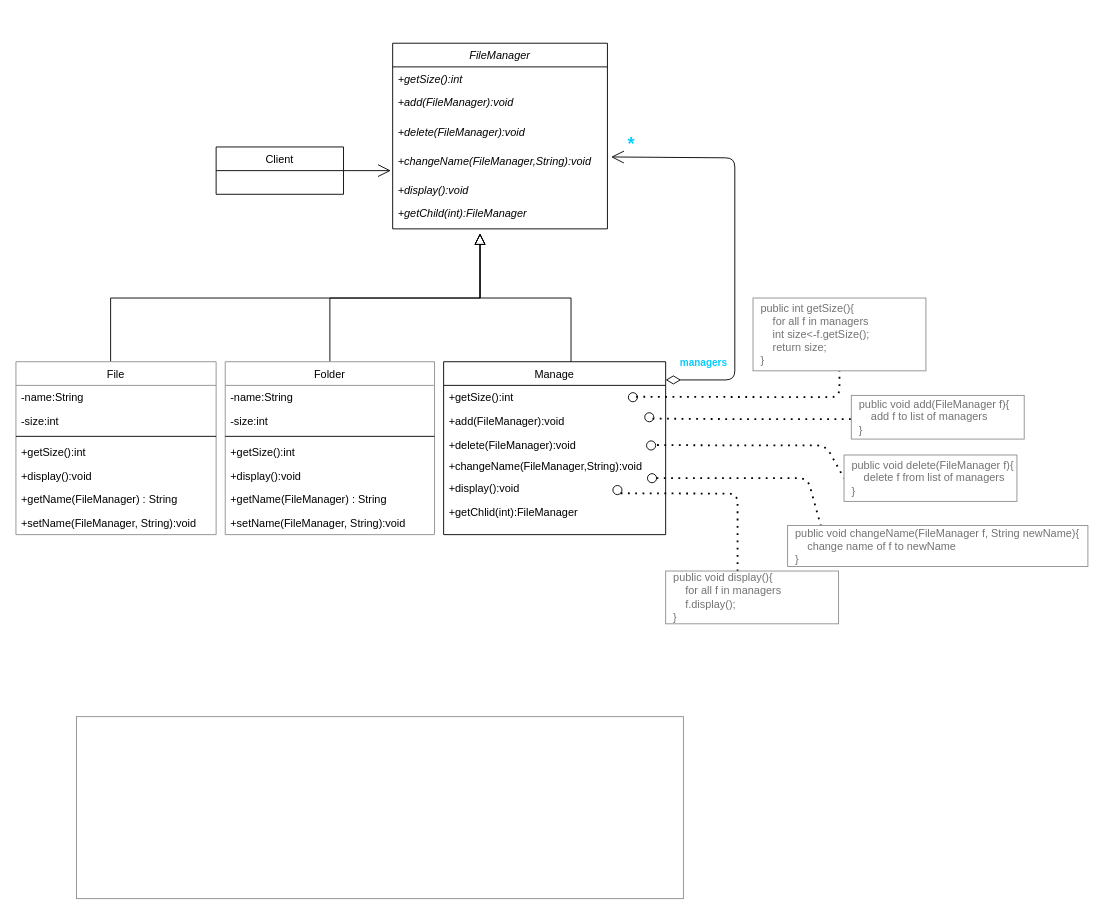
tlfzgjadyd/SoftwareAnalysisDesign keeps this draw.io diagram as CompositePattern.drawio. Above is the earlier version. Source tidied: cells renumbered, new cells numbered last; positions are measured from the earlier drawing's top-left corner, leaving out a move shared by most shapes. Both pictures are drawn from the tidied source at 91%, with x=0, y=0 at pixel (15, 43).
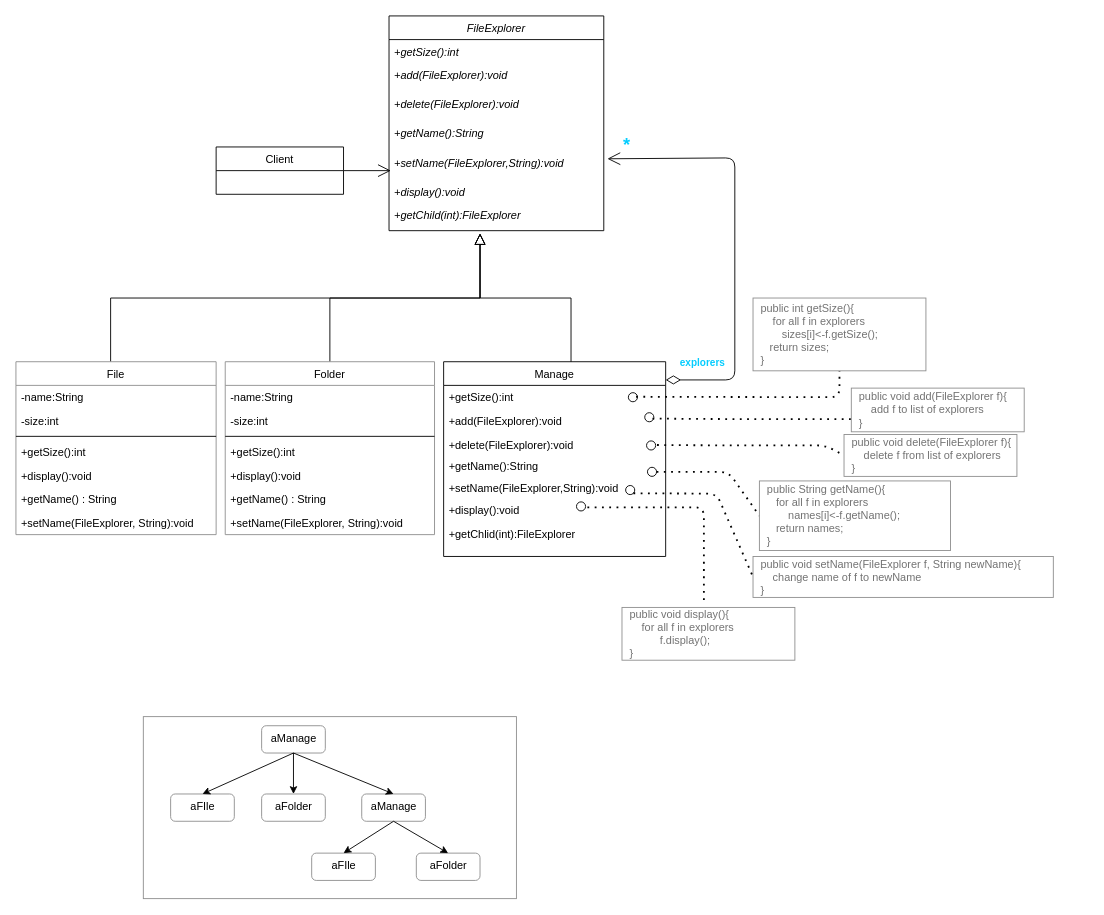
Above is the later version.

Unchanged cells that the change refers to:
```xml
<mxCell id="27" value="File" style="swimlane;fontStyle=0;align=center;verticalAlign=top;horizontal=1;startSize=26;strokeColor=#8F8F8F;fontSize=12;" parent="1" vertex="1">
  <mxGeometry y="350" width="220" height="190" as="geometry" />
</mxCell>
<mxCell id="35" value="Folder" style="swimlane;fontStyle=0;align=center;verticalAlign=top;horizontal=1;startSize=26;strokeColor=#8F8F8F;fontSize=12;" parent="1" vertex="1">
  <mxGeometry x="230" y="350" width="230" height="190" as="geometry" />
</mxCell>
```

What changed in the source:
```diff
@@
-    <mxCell id="5" value="FileManager" style="swimlane;fontStyle=2;horizontal=1;startSize=26;fillColor=none;" parent="1" vertex="1">
-      <mxGeometry x="414" width="236" height="204" as="geometry" />
+    <mxCell id="5" value="FileExplorer" style="swimlane;fontStyle=2;horizontal=1;startSize=26;fillColor=none;" parent="1" vertex="1">
+      <mxGeometry x="410" y="-30" width="236" height="236" as="geometry" />
     </mxCell>
@@
-    <mxCell id="7" value="+add(FileManager):void&#10;" style="text;strokeColor=none;fillColor=none;align=left;verticalAlign=top;spacingLeft=4;spacingRight=4;overflow=hidden;fontStyle=2;" parent="5" vertex="1">
+    <mxCell id="7" value="+add(FileExplorer):void&#10;" style="text;strokeColor=none;fillColor=none;align=left;verticalAlign=top;spacingLeft=4;spacingRight=4;overflow=hidden;fontStyle=2;" parent="5" vertex="1">
       <mxGeometry y="52" width="236" height="32" as="geometry" />
     </mxCell>
-    <mxCell id="8" value="+delete(FileManager):void" style="text;strokeColor=none;fillColor=none;align=left;verticalAlign=top;spacingLeft=4;spacingRight=4;overflow=hidden;fontStyle=2;" parent="5" vertex="1">
+    <mxCell id="8" value="+delete(FileExplorer):void" style="text;strokeColor=none;fillColor=none;align=left;verticalAlign=top;spacingLeft=4;spacingRight=4;overflow=hidden;fontStyle=2;" parent="5" vertex="1">
       <mxGeometry y="84" width="236" height="32" as="geometry" />
     </mxCell>
+    <mxCell id="55" value="+getName():String" style="text;strokeColor=none;fillColor=none;align=left;verticalAlign=top;spacingLeft=4;spacingRight=4;overflow=hidden;fontStyle=2;" parent="5" vertex="1">
+      <mxGeometry y="116" width="236" height="32" as="geometry" />
+    </mxCell>
-    <mxCell id="9" value="+changeName(FileManager,String):void" style="text;strokeColor=none;fillColor=none;align=left;verticalAlign=top;spacingLeft=4;spacingRight=4;overflow=hidden;points=[[0,0.5],[1,0.5]];portConstraint=eastwest;fontStyle=2;" parent="5" vertex="1">
-      <mxGeometry y="116" width="236" height="32" as="geometry" />
+    <mxCell id="9" value="+setName(FileExplorer,String):void" style="text;strokeColor=none;fillColor=none;align=left;verticalAlign=top;spacingLeft=4;spacingRight=4;overflow=hidden;points=[[0,0.5],[1,0.5]];portConstraint=eastwest;fontStyle=2;" parent="5" vertex="1">
+      <mxGeometry y="148" width="236" height="32" as="geometry" />
     </mxCell>
     <mxCell id="10" value="+display():void" style="text;strokeColor=none;fillColor=none;align=left;verticalAlign=top;spacingLeft=4;spacingRight=4;overflow=hidden;fontStyle=2;" parent="5" vertex="1">
-      <mxGeometry y="148" width="236" height="26" as="geometry" />
+      <mxGeometry y="180" width="236" height="26" as="geometry" />
     </mxCell>
-    <mxCell id="11" value="+getChild(int):FileManager" style="text;strokeColor=none;fillColor=none;align=left;verticalAlign=top;spacingLeft=4;spacingRight=4;overflow=hidden;fontStyle=2;" parent="5" vertex="1">
-      <mxGeometry y="174" width="236" height="30" as="geometry" />
+    <mxCell id="11" value="+getChild(int):FileExplorer" style="text;strokeColor=none;fillColor=none;align=left;verticalAlign=top;spacingLeft=4;spacingRight=4;overflow=hidden;fontStyle=2;" parent="5" vertex="1">
+      <mxGeometry y="206" width="236" height="30" as="geometry" />
     </mxCell>
@@
     <mxCell id="13" value="Manage" style="swimlane;fontStyle=0;horizontal=1;startSize=26;fillColor=none;" parent="1" vertex="1">
-      <mxGeometry x="470" y="350" width="244" height="190" as="geometry" />
+      <mxGeometry x="470" y="350" width="244" height="214" as="geometry" />
     </mxCell>
@@
-    <mxCell id="15" value="+add(FileManager):void" style="text;strokeColor=none;fillColor=none;align=left;verticalAlign=top;spacingLeft=4;spacingRight=4;overflow=hidden;" parent="13" vertex="1">
+    <mxCell id="15" value="+add(FileExplorer):void" style="text;strokeColor=none;fillColor=none;align=left;verticalAlign=top;spacingLeft=4;spacingRight=4;overflow=hidden;" parent="13" vertex="1">
       <mxGeometry y="52" width="244" height="26" as="geometry" />
     </mxCell>
-    <mxCell id="16" value="+delete(FileManager):void" style="text;strokeColor=none;fillColor=none;align=left;verticalAlign=top;spacingLeft=4;spacingRight=4;overflow=hidden;" parent="13" vertex="1">
+    <mxCell id="16" value="+delete(FileExplorer):void" style="text;strokeColor=none;fillColor=none;align=left;verticalAlign=top;spacingLeft=4;spacingRight=4;overflow=hidden;" parent="13" vertex="1">
       <mxGeometry y="78" width="244" height="24" as="geometry" />
     </mxCell>
+    <mxCell id="56" value="+getName():String" style="text;strokeColor=none;fillColor=none;align=left;verticalAlign=top;spacingLeft=4;spacingRight=4;overflow=hidden;" parent="13" vertex="1">
+      <mxGeometry y="102" width="244" height="24" as="geometry" />
+    </mxCell>
-    <mxCell id="17" value="+changeName(FileManager,String):void" style="text;strokeColor=none;fillColor=none;align=left;verticalAlign=top;spacingLeft=4;spacingRight=4;overflow=hidden;" parent="13" vertex="1">
-      <mxGeometry y="102" width="244" height="24" as="geometry" />
+    <mxCell id="17" value="+setName(FileExplorer,String):void" style="text;strokeColor=none;fillColor=none;align=left;verticalAlign=top;spacingLeft=4;spacingRight=4;overflow=hidden;" parent="13" vertex="1">
+      <mxGeometry y="126" width="244" height="24" as="geometry" />
     </mxCell>
     <mxCell id="18" value="+display():void" style="text;strokeColor=none;fillColor=none;align=left;verticalAlign=top;spacingLeft=4;spacingRight=4;overflow=hidden;" parent="13" vertex="1">
-      <mxGeometry y="126" width="244" height="26" as="geometry" />
+      <mxGeometry y="150" width="244" height="26" as="geometry" />
     </mxCell>
-    <mxCell id="19" value="+getChlid(int):FileManager" style="text;strokeColor=none;fillColor=none;align=left;verticalAlign=top;spacingLeft=4;spacingRight=4;overflow=hidden;" parent="13" vertex="1">
-      <mxGeometry y="152" width="244" height="38" as="geometry" />
+    <mxCell id="19" value="+getChlid(int):FileExplorer" style="text;strokeColor=none;fillColor=none;align=left;verticalAlign=top;spacingLeft=4;spacingRight=4;overflow=hidden;" parent="13" vertex="1">
+      <mxGeometry y="176" width="244" height="38" as="geometry" />
     </mxCell>
-    <mxCell id="20" value="&lt;font color=&quot;#05cdff&quot;&gt;&lt;b&gt;managers&lt;/b&gt;&lt;/font&gt;" style="endArrow=open;html=1;endSize=12;startArrow=diamondThin;startSize=14;startFill=0;edgeStyle=orthogonalEdgeStyle;align=left;verticalAlign=bottom;entryX=1.017;entryY=0.281;entryDx=0;entryDy=0;entryPerimeter=0;" parent="1" edge="1" target="9">
+    <mxCell id="20" value="&lt;font color=&quot;#05cdff&quot;&gt;&lt;b&gt;explorers&lt;/b&gt;&lt;/font&gt;" style="endArrow=open;html=1;endSize=12;startArrow=diamondThin;startSize=14;startFill=0;edgeStyle=orthogonalEdgeStyle;align=left;verticalAlign=bottom;entryX=1.017;entryY=0.281;entryDx=0;entryDy=0;entryPerimeter=0;" parent="1" edge="1" target="9">
       <mxGeometry x="-0.94" y="10" relative="1" as="geometry">
         <mxPoint x="714" y="370" as="sourcePoint" />
         <Array as="points">
           <mxPoint x="790" y="370" />
           <mxPoint x="790" y="126" />
         </Array>
       </mxGeometry>
     </mxCell>
@@
-    <mxCell id="24" value="&lt;font color=&quot;#737373&quot;&gt;&amp;nbsp; public int getSize(){&lt;br&gt;&amp;nbsp; &amp;nbsp; &amp;nbsp; for all f in managers&lt;br&gt;&amp;nbsp; &amp;nbsp; &amp;nbsp; int size&amp;lt;-f.getSize();&lt;br&gt;&amp;nbsp; &amp;nbsp; &amp;nbsp; return size;&lt;br&gt;&amp;nbsp; }&lt;/font&gt;" style="html=1;align=left;strokeColor=#8F8F8F;" parent="1" vertex="1">
+    <mxCell id="24" value="&lt;font color=&quot;#737373&quot;&gt;&amp;nbsp; public int getSize(){&lt;br&gt;&amp;nbsp; &amp;nbsp; &amp;nbsp; for all f in explorers&lt;br&gt;&amp;nbsp; &amp;nbsp; &amp;nbsp; &amp;nbsp; &amp;nbsp;sizes[i]&amp;lt;-f.getSize();&lt;br&gt;&amp;nbsp; &amp;nbsp; &amp;nbsp;return sizes;&lt;br&gt;&amp;nbsp; }&lt;/font&gt;" style="html=1;align=left;strokeColor=#8F8F8F;" parent="1" vertex="1">
       <mxGeometry x="810" y="280" width="190" height="80" as="geometry" />
     </mxCell>
@@
     <mxCell id="26" style="html=1;strokeColor=#8F8F8F;fontSize=20;fontColor=#05CDFF;" parent="1" vertex="1">
-      <mxGeometry x="66.5" y="740" width="667" height="200" as="geometry" />
+      <mxGeometry x="140" y="740" width="410" height="200" as="geometry" />
     </mxCell>
@@
-    <mxCell id="33" value="+getName(FileManager) : String" style="text;strokeColor=none;fillColor=none;align=left;verticalAlign=top;spacingLeft=4;spacingRight=4;overflow=hidden;" parent="27" vertex="1">
+    <mxCell id="33" value="+getName() : String" style="text;strokeColor=none;fillColor=none;align=left;verticalAlign=top;spacingLeft=4;spacingRight=4;overflow=hidden;" parent="27" vertex="1">
       <mxGeometry y="138" width="220" height="26" as="geometry" />
     </mxCell>
-    <mxCell id="34" value="+setName(FileManager, String):void" style="text;strokeColor=none;fillColor=none;align=left;verticalAlign=top;spacingLeft=4;spacingRight=4;overflow=hidden;" parent="27" vertex="1">
+    <mxCell id="34" value="+setName(FileExplorer, String):void" style="text;strokeColor=none;fillColor=none;align=left;verticalAlign=top;spacingLeft=4;spacingRight=4;overflow=hidden;" parent="27" vertex="1">
       <mxGeometry y="164" width="220" height="26" as="geometry" />
     </mxCell>
@@
-    <mxCell id="41" value="+getName(FileManager) : String" style="text;strokeColor=none;fillColor=none;align=left;verticalAlign=top;spacingLeft=4;spacingRight=4;overflow=hidden;" parent="35" vertex="1">
+    <mxCell id="41" value="+getName() : String" style="text;strokeColor=none;fillColor=none;align=left;verticalAlign=top;spacingLeft=4;spacingRight=4;overflow=hidden;" parent="35" vertex="1">
       <mxGeometry y="138" width="230" height="26" as="geometry" />
     </mxCell>
-    <mxCell id="42" value="+setName(FileManager, String):void" style="text;strokeColor=none;fillColor=none;align=left;verticalAlign=top;spacingLeft=4;spacingRight=4;overflow=hidden;" parent="35" vertex="1">
+    <mxCell id="42" value="+setName(FileExplorer, String):void" style="text;strokeColor=none;fillColor=none;align=left;verticalAlign=top;spacingLeft=4;spacingRight=4;overflow=hidden;" parent="35" vertex="1">
       <mxGeometry y="164" width="230" height="26" as="geometry" />
     </mxCell>
@@
-    <mxCell id="45" value="&lt;font color=&quot;#737373&quot;&gt;&amp;nbsp; public void add(FileManager f){&lt;br&gt;&amp;nbsp; &amp;nbsp; &amp;nbsp; add f to list of managers&lt;br&gt;&amp;nbsp; }&lt;/font&gt;" style="html=1;align=left;strokeColor=#8F8F8F;" parent="1" vertex="1">
-      <mxGeometry x="918" y="387" width="190" height="48" as="geometry" />
+    <mxCell id="45" value="&lt;font color=&quot;#737373&quot;&gt;&amp;nbsp; public void add(FileExplorer f){&lt;br&gt;&amp;nbsp; &amp;nbsp; &amp;nbsp; add f to list of explorers&lt;br&gt;&amp;nbsp; }&lt;/font&gt;" style="html=1;align=left;strokeColor=#8F8F8F;" parent="1" vertex="1">
+      <mxGeometry x="918" y="379" width="190" height="48" as="geometry" />
     </mxCell>
@@
-    <mxCell id="48" value="&lt;font color=&quot;#737373&quot;&gt;&amp;nbsp; public void delete(FileManager f){&lt;br&gt;&amp;nbsp; &amp;nbsp; &amp;nbsp; delete f from list of managers&lt;br&gt;&amp;nbsp; }&lt;/font&gt;" style="html=1;align=left;strokeColor=#8F8F8F;" parent="1" vertex="1">
-      <mxGeometry x="910" y="452.5" width="190" height="51" as="geometry" />
+    <mxCell id="48" value="&lt;font color=&quot;#737373&quot;&gt;&amp;nbsp; public void delete(&lt;/font&gt;&lt;span style=&quot;color: rgb(115 , 115 , 115)&quot;&gt;FileExplorer&lt;/span&gt;&lt;font color=&quot;#737373&quot;&gt;&amp;nbsp;f){&lt;br&gt;&amp;nbsp; &amp;nbsp; &amp;nbsp; delete f from list of explorers&lt;br&gt;&amp;nbsp; }&lt;/font&gt;" style="html=1;align=left;strokeColor=#8F8F8F;" parent="1" vertex="1">
+      <mxGeometry x="910" y="430" width="190" height="46" as="geometry" />
     </mxCell>
     <mxCell id="49" style="ellipse;fillColor=#ffffff;strokeColor=#000000;" parent="1" vertex="1">
-      <mxGeometry x="694" y="473" width="10" height="10" as="geometry" />
+      <mxGeometry x="694" y="466" width="10" height="10" as="geometry" />
     </mxCell>
-    <mxCell id="50" style="endArrow=none;dashed=1;html=1;dashPattern=1 3;strokeWidth=2;exitX=1;exitY=0.5;exitDx=0;exitDy=0;" parent="1" edge="1" source="49">
+    <mxCell id="50" style="endArrow=none;dashed=1;html=1;dashPattern=1 3;strokeWidth=2;exitX=1;exitY=0.5;exitDx=0;exitDy=0;entryX=0;entryY=0.5;entryDx=0;entryDy=0;" parent="1" edge="1" source="49" target="58">
       <mxGeometry relative="1" as="geometry">
-        <mxPoint x="890" y="550" as="targetPoint" />
         <Array as="points">
-          <mxPoint x="783" y="478" />
-          <mxPoint x="870" y="478" />
+          <mxPoint x="783" y="471" />
         </Array>
       </mxGeometry>
     </mxCell>
-    <mxCell id="51" value="&lt;font color=&quot;#737373&quot;&gt;&amp;nbsp; public void changeName(FileManager f, String newName){&lt;br&gt;&amp;nbsp; &amp;nbsp; &amp;nbsp; change name of f to newName&lt;br&gt;&amp;nbsp; }&lt;/font&gt;" style="html=1;align=left;strokeColor=#8F8F8F;" parent="1" vertex="1">
-      <mxGeometry x="848" y="530" width="330" height="45" as="geometry" />
+    <mxCell id="51" value="&lt;font color=&quot;#737373&quot;&gt;&amp;nbsp; public void setName(&lt;/font&gt;&lt;span style=&quot;color: rgb(115 , 115 , 115)&quot;&gt;FileExplorer&lt;/span&gt;&lt;font color=&quot;#737373&quot;&gt;&amp;nbsp;f, String newName){&lt;br&gt;&amp;nbsp; &amp;nbsp; &amp;nbsp; change name of f to newName&lt;br&gt;&amp;nbsp; }&lt;/font&gt;" style="html=1;align=left;strokeColor=#8F8F8F;" parent="1" vertex="1">
+      <mxGeometry x="810" y="564" width="330" height="45" as="geometry" />
     </mxCell>
     <mxCell id="52" style="ellipse;fillColor=#ffffff;strokeColor=#000000;" parent="1" vertex="1">
-      <mxGeometry x="656" y="486" width="10" height="10" as="geometry" />
+      <mxGeometry x="670" y="486" width="10" height="10" as="geometry" />
     </mxCell>
-    <mxCell id="53" style="endArrow=none;dashed=1;html=1;dashPattern=1 3;strokeWidth=2;exitX=1;exitY=1;exitDx=0;exitDy=0;" parent="1" edge="1" source="52">
+    <mxCell id="53" style="endArrow=none;dashed=1;html=1;dashPattern=1 3;strokeWidth=2;" parent="1" edge="1">
       <mxGeometry relative="1" as="geometry">
-        <mxPoint x="793" y="590" as="targetPoint" />
+        <mxPoint x="628" y="510" as="sourcePoint" />
+        <mxPoint x="756" y="618" as="targetPoint" />
         <Array as="points">
-          <mxPoint x="793" y="495" />
-          <mxPoint x="793" y="590" />
+          <mxPoint x="756" y="510" />
+          <mxPoint x="756" y="618" />
         </Array>
       </mxGeometry>
     </mxCell>
-    <mxCell id="54" value="&lt;font color=&quot;#737373&quot;&gt;&amp;nbsp; public void display(){&amp;nbsp;&lt;br&gt;&amp;nbsp; &amp;nbsp; &amp;nbsp; for all f in managers&lt;br&gt;    &amp;nbsp; &amp;nbsp; &amp;nbsp; f.display();&lt;br&gt;&amp;nbsp; }&lt;/font&gt;" style="html=1;align=left;strokeColor=#8F8F8F;" parent="1" vertex="1">
-      <mxGeometry x="714" y="580" width="190" height="58" as="geometry" />
+    <mxCell id="54" value="&lt;font color=&quot;#737373&quot;&gt;&amp;nbsp; public void display(){&amp;nbsp;&lt;br&gt;&amp;nbsp; &amp;nbsp; &amp;nbsp; for all f in explorers&lt;br&gt;&amp;nbsp; &amp;nbsp; &amp;nbsp; &amp;nbsp; &amp;nbsp; &amp;nbsp; f.display();&lt;br&gt;&amp;nbsp; }&lt;/font&gt;" style="html=1;align=left;strokeColor=#8F8F8F;" parent="1" vertex="1">
+      <mxGeometry x="666" y="620" width="190" height="58" as="geometry" />
     </mxCell>
+    <mxCell id="57" style="ellipse;fillColor=#ffffff;strokeColor=#000000;" parent="1" vertex="1">
+      <mxGeometry x="616" y="504" width="10" height="10" as="geometry" />
+    </mxCell>
+    <mxCell id="58" value="&lt;font color=&quot;#737373&quot;&gt;&amp;nbsp; public String getName(){&lt;br&gt;&amp;nbsp; &amp;nbsp; &amp;nbsp;for all f in explorers&lt;br&gt;&amp;nbsp; &amp;nbsp; &amp;nbsp; &amp;nbsp; &amp;nbsp;names[i]&amp;lt;-f.getName();&lt;br&gt;&amp;nbsp; &amp;nbsp; &amp;nbsp;return names;&lt;br&gt;&amp;nbsp; }&lt;/font&gt;" style="html=1;align=left;strokeColor=#8F8F8F;" parent="1" vertex="1">
+      <mxGeometry x="817" y="481" width="210" height="76.5" as="geometry" />
+    </mxCell>
+    <mxCell id="59" style="endArrow=none;dashed=1;html=1;dashPattern=1 3;strokeWidth=2;entryX=0;entryY=0.5;entryDx=0;entryDy=0;exitX=1;exitY=1;exitDx=0;exitDy=0;" parent="1" edge="1" source="52" target="51">
+      <mxGeometry relative="1" as="geometry">
+        <Array as="points">
+          <mxPoint x="770" y="495" />
+        </Array>
+      </mxGeometry>
+    </mxCell>
+    <mxCell id="60" value="aManage" style="html=1;align=center;verticalAlign=top;rounded=1;absoluteArcSize=1;arcSize=10;dashed=0;strokeColor=#8F8F8F;fontSize=12;fontColor=#000000;" parent="1" vertex="1">
+      <mxGeometry x="270" y="750" width="70" height="30" as="geometry" />
+    </mxCell>
+    <mxCell id="61" value="aFIle" style="html=1;align=center;verticalAlign=top;rounded=1;absoluteArcSize=1;arcSize=10;dashed=0;strokeColor=#8F8F8F;fontSize=12;fontColor=#000000;" parent="1" vertex="1">
+      <mxGeometry x="170" y="825" width="70" height="30" as="geometry" />
+    </mxCell>
+    <mxCell id="62" value="aFolder" style="html=1;align=center;verticalAlign=top;rounded=1;absoluteArcSize=1;arcSize=10;dashed=0;strokeColor=#8F8F8F;fontSize=12;fontColor=#000000;" parent="1" vertex="1">
+      <mxGeometry x="270" y="825" width="70" height="30" as="geometry" />
+    </mxCell>
+    <mxCell id="63" value="aManage" style="html=1;align=center;verticalAlign=top;rounded=1;absoluteArcSize=1;arcSize=10;dashed=0;strokeColor=#8F8F8F;fontSize=12;fontColor=#000000;" parent="1" vertex="1">
+      <mxGeometry x="380" y="825" width="70" height="30" as="geometry" />
+    </mxCell>
+    <mxCell id="64" value="aFIle" style="html=1;align=center;verticalAlign=top;rounded=1;absoluteArcSize=1;arcSize=10;dashed=0;strokeColor=#8F8F8F;fontSize=12;fontColor=#000000;" parent="1" vertex="1">
+      <mxGeometry x="325" y="890" width="70" height="30" as="geometry" />
+    </mxCell>
+    <mxCell id="65" value="aFolder" style="html=1;align=center;verticalAlign=top;rounded=1;absoluteArcSize=1;arcSize=10;dashed=0;strokeColor=#8F8F8F;fontSize=12;fontColor=#000000;" parent="1" vertex="1">
+      <mxGeometry x="440" y="890" width="70" height="30" as="geometry" />
+    </mxCell>
+    <mxCell id="66" style="endArrow=classic;html=1;fontSize=12;fontColor=#000000;exitX=0.5;exitY=1;exitDx=0;exitDy=0;entryX=0.5;entryY=0;entryDx=0;entryDy=0;" parent="1" edge="1" source="60" target="61">
+      <mxGeometry relative="1" as="geometry" />
+    </mxCell>
+    <mxCell id="67" style="endArrow=classic;html=1;fontSize=12;fontColor=#000000;exitX=0.5;exitY=1;exitDx=0;exitDy=0;entryX=0.5;entryY=0;entryDx=0;entryDy=0;" parent="1" edge="1" source="60" target="62">
+      <mxGeometry relative="1" as="geometry" />
+    </mxCell>
+    <mxCell id="68" style="endArrow=classic;html=1;fontSize=12;fontColor=#000000;exitX=0.5;exitY=1;exitDx=0;exitDy=0;entryX=0.5;entryY=0;entryDx=0;entryDy=0;" parent="1" edge="1" source="60" target="63">
+      <mxGeometry relative="1" as="geometry" />
+    </mxCell>
+    <mxCell id="69" style="endArrow=classic;html=1;fontSize=12;fontColor=#000000;exitX=0.5;exitY=1;exitDx=0;exitDy=0;entryX=0.5;entryY=0;entryDx=0;entryDy=0;" parent="1" edge="1" source="63" target="64">
+      <mxGeometry relative="1" as="geometry" />
+    </mxCell>
+    <mxCell id="70" style="endArrow=classic;html=1;fontSize=12;fontColor=#000000;exitX=0.5;exitY=1;exitDx=0;exitDy=0;entryX=0.5;entryY=0;entryDx=0;entryDy=0;" parent="1" edge="1" source="63" target="65">
+      <mxGeometry relative="1" as="geometry" />
+    </mxCell>
```
